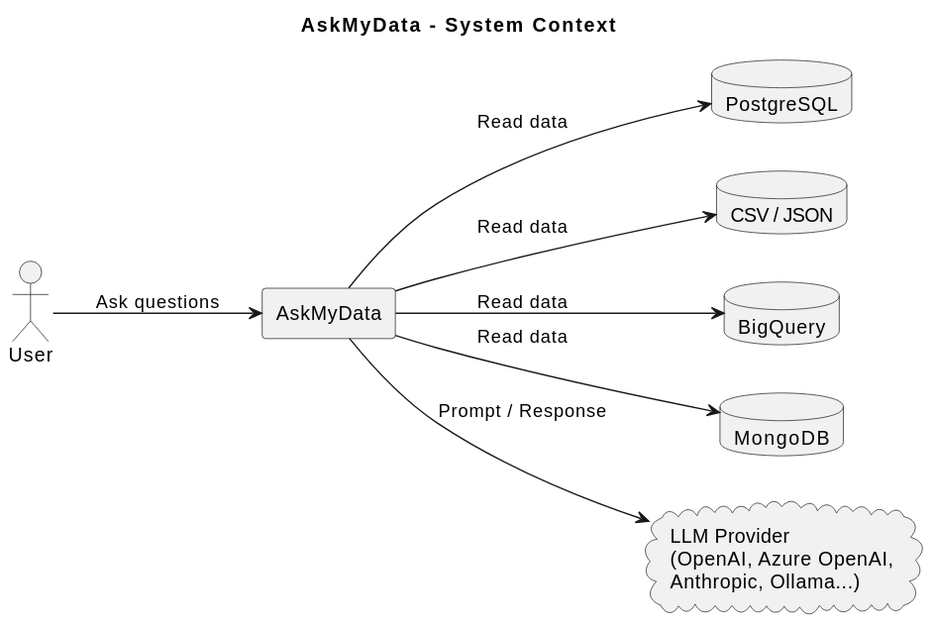
Earlier version of the PlantUML export docs/diagrams/generated/AskMyData_System_Context.svg (MarinePernici/askmydata). The source it was exported from:
```plantuml
@startuml
title AskMyData - System Context

left to right direction

actor User

rectangle "AskMyData" {

}

database "PostgreSQL" as PostgreSQL

database "CSV / JSON" as Files

database "BigQuery" as BigQuery

database "MongoDB" as MongoDB

cloud "LLM Provider\n(OpenAI, Azure OpenAI,\nAnthropic, Ollama...)" as LLM

User --> AskMyData : Ask questions

AskMyData --> PostgreSQL : Read data

AskMyData --> Files : Read data

AskMyData --> BigQuery : Read data

AskMyData --> MongoDB : Read data

AskMyData --> LLM : Prompt / Response
@enduml
```
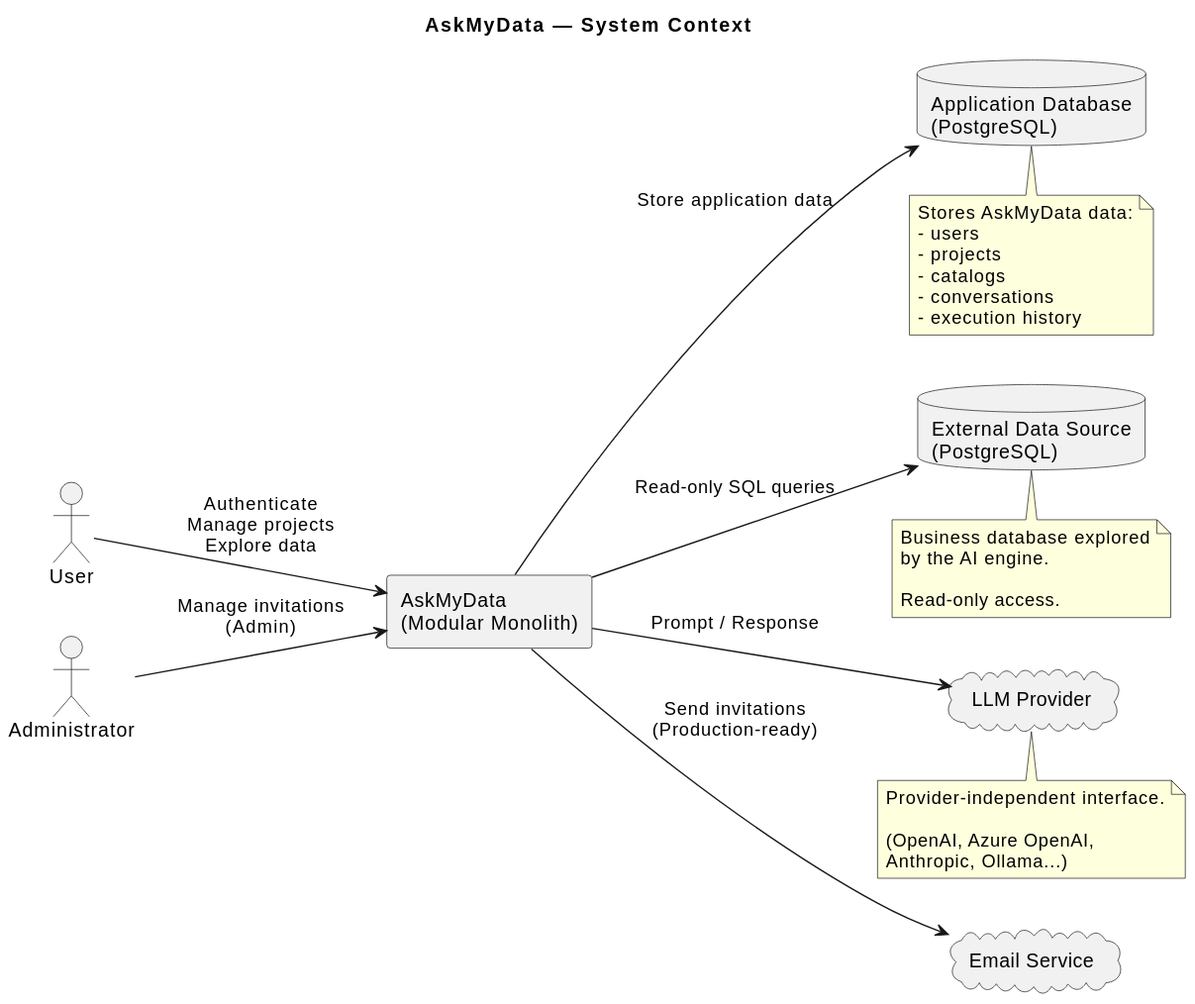
Later version of the same file.

The edit, as a diff of the source:
```diff
@@ -1,33 +1,55 @@
 @startuml
-title AskMyData - System Context
+title AskMyData — System Context
 
 left to right direction
 
+skinparam packageStyle rectangle
+
 actor User
+actor Administrator
 
-rectangle "AskMyData" {
+rectangle "AskMyData\n(Modular Monolith)" as AskMyData
 
-}
+database "Application Database\n(PostgreSQL)" as AppDB
 
-database "PostgreSQL" as PostgreSQL
+database "External Data Source\n(PostgreSQL)" as DataSource
 
-database "CSV / JSON" as Files
+cloud "LLM Provider" as LLM
 
-database "BigQuery" as BigQuery
+cloud "Email Service" as Email
 
-database "MongoDB" as MongoDB
+User --> AskMyData : Authenticate\nManage projects\nExplore data
 
-cloud "LLM Provider\n(OpenAI, Azure OpenAI,\nAnthropic, Ollama...)" as LLM
+Administrator --> AskMyData : Manage invitations\n(Admin)
 
-User --> AskMyData : Ask questions
+AskMyData --> AppDB : Store application data
 
-AskMyData --> PostgreSQL : Read data
-
-AskMyData --> Files : Read data
-
-AskMyData --> BigQuery : Read data
-
-AskMyData --> MongoDB : Read data
+AskMyData --> DataSource : Read-only SQL queries
 
 AskMyData --> LLM : Prompt / Response
+
+AskMyData --> Email : Send invitations\n(Production-ready)
+
+note bottom of AppDB
+Stores AskMyData data:
+- users
+- projects
+- catalogs
+- conversations
+- execution history
+end note
+
+note bottom of DataSource
+Business database explored
+by the AI engine.
+
+Read-only access.
+end note
+
+note bottom of LLM
+Provider-independent interface.
+
+(OpenAI, Azure OpenAI,
+Anthropic, Ollama...)
+end note
 @enduml
```
